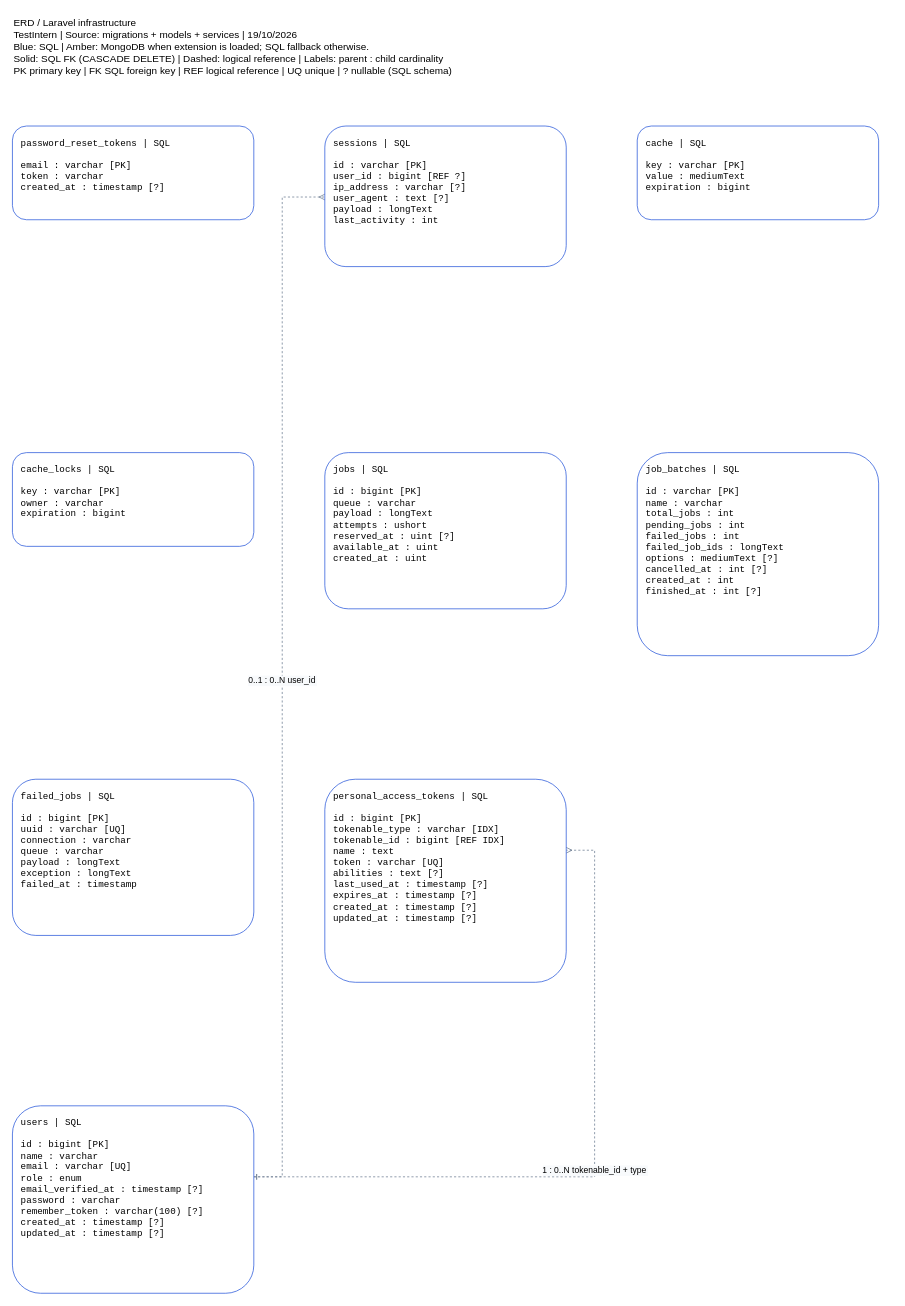
The draw.io diagram page "ERD / Laravel infrastructure" (2 of 2) of docs/database/testintern-erd.drawio in 0xcRachel/Intern_Test, before the edit. Source tidied: cells renumbered, new cells numbered last; positions are measured from the earlier drawing's top-left corner, leaving out a move shared by most shapes. Both pictures are drawn from the tidied source at 71%, with x=0, y=0 at pixel (12, 12).
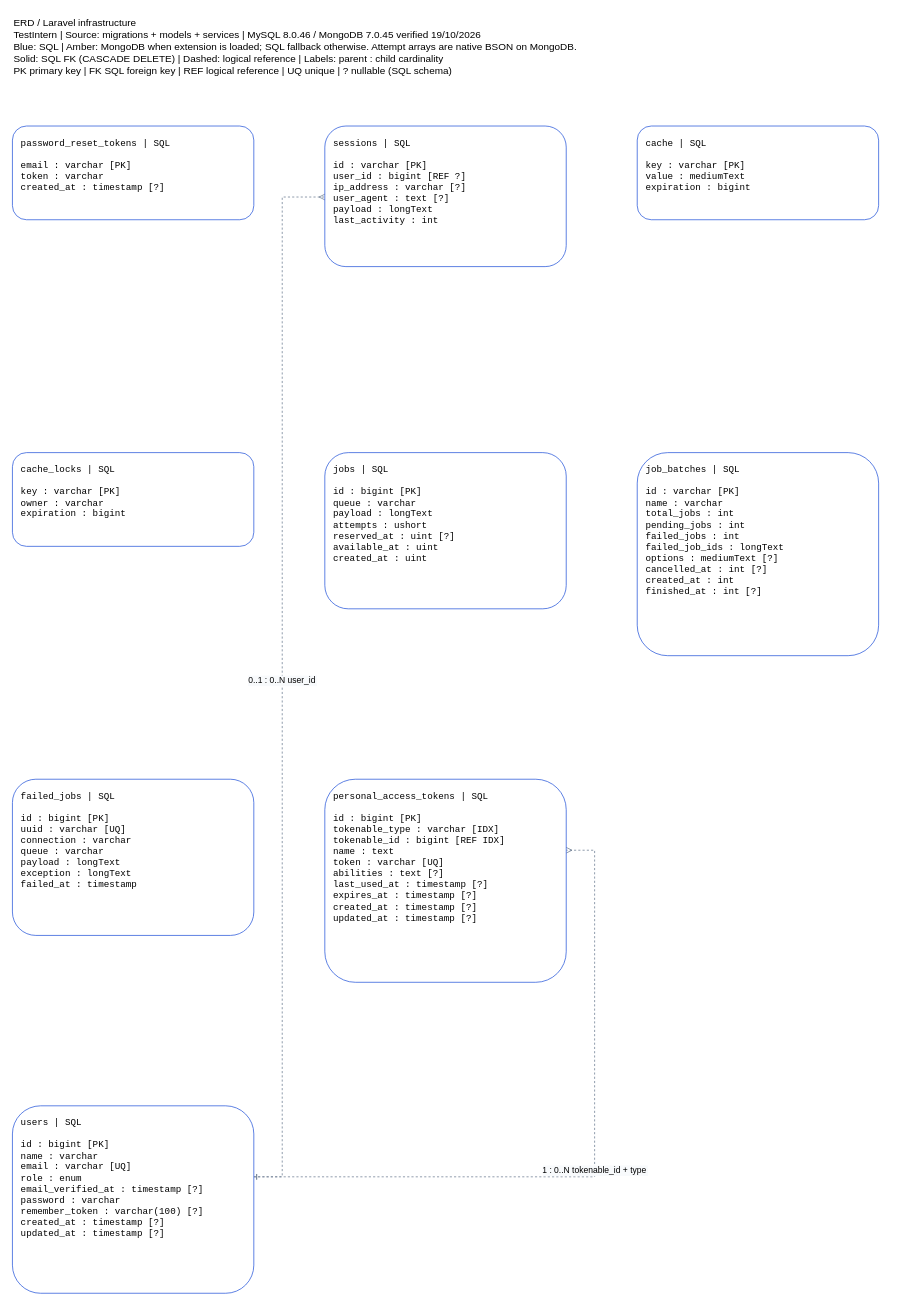
Above is the later version.

Diff of the diagram source:
```diff
@@
 <mxGraphModel>
   <root>
     <mxCell id="0" />
     <mxCell id="1" parent="0" />
-    <mxCell id="2" value="ERD / Laravel infrastructure&#10;TestIntern | Source: migrations + models + services | 19/10/2026&#10;Blue: SQL | Amber: MongoDB when extension is loaded; SQL fallback otherwise.&#10;Solid: SQL FK (CASCADE DELETE) | Dashed: logical reference | Labels: parent : child cardinality&#10;PK primary key | FK SQL foreign key | REF logical reference | UQ unique | ? nullable (SQL schema)" style="text;whiteSpace=wrap;html=0;align=left;verticalAlign=top;fontSize=14;" parent="1" vertex="1">
+    <mxCell id="2" value="ERD / Laravel infrastructure&#10;TestIntern | Source: migrations + models + services | MySQL 8.0.46 / MongoDB 7.0.45 verified 19/10/2026&#10;Blue: SQL | Amber: MongoDB when extension is loaded; SQL fallback otherwise. Attempt arrays are native BSON on MongoDB.&#10;Solid: SQL FK (CASCADE DELETE) | Dashed: logical reference | Labels: parent : child cardinality&#10;PK primary key | FK SQL foreign key | REF logical reference | UQ unique | ? nullable (SQL schema)" style="text;whiteSpace=wrap;html=0;align=left;verticalAlign=top;fontSize=14;" parent="1" vertex="1">
       <mxGeometry width="1240" height="140" as="geometry" />
     </mxCell>
     <mxCell id="3" value="0..1 : 0..N  user_id" style="edgeStyle=orthogonalEdgeStyle;rounded=0;html=0;endArrow=ERmany;startArrow=ERone;strokeColor=#64748b;fontSize=12;labelBackgroundColor=#f8fafc;dashed=1;" parent="1" edge="1" source="13" target="6">
       <mxGeometry relative="1" as="geometry">
         <Array as="points">
           <mxPoint x="380" y="1640" />
           <mxPoint x="380" y="260" />
         </Array>
       </mxGeometry>
     </mxCell>
     <mxCell id="4" value="1 : 0..N  tokenable_id + type" style="edgeStyle=orthogonalEdgeStyle;rounded=0;html=0;endArrow=ERmany;startArrow=ERone;strokeColor=#64748b;fontSize=12;labelBackgroundColor=#f8fafc;dashed=1;" parent="1" edge="1" source="13" target="12">
       <mxGeometry relative="1" as="geometry">
         <Array as="points">
           <mxPoint x="820" y="1640" />
           <mxPoint x="820" y="1180" />
         </Array>
       </mxGeometry>
     </mxCell>
     <mxCell id="5" value="password_reset_tokens  |  SQL&#10;&#10;email  :  varchar  [PK]&#10;token  :  varchar&#10;created_at  :  timestamp  [?]" style="rounded=1;whiteSpace=wrap;html=0;align=left;verticalAlign=top;spacing=12;fontSize=13;fontFamily=Consolas;fillColor=#ffffff;strokeColor=#1d4ed8;" parent="1" vertex="1">
       <mxGeometry y="160" width="340" height="132" as="geometry" />
     </mxCell>
     <mxCell id="6" value="sessions  |  SQL&#10;&#10;id  :  varchar  [PK]&#10;user_id  :  bigint  [REF  ?]&#10;ip_address  :  varchar  [?]&#10;user_agent  :  text  [?]&#10;payload  :  longText&#10;last_activity  :  int" style="rounded=1;whiteSpace=wrap;html=0;align=left;verticalAlign=top;spacing=12;fontSize=13;fontFamily=Consolas;fillColor=#ffffff;strokeColor=#1d4ed8;" parent="1" vertex="1">
       <mxGeometry x="440" y="160" width="340" height="198" as="geometry" />
     </mxCell>
     <mxCell id="7" value="cache  |  SQL&#10;&#10;key  :  varchar  [PK]&#10;value  :  mediumText&#10;expiration  :  bigint" style="rounded=1;whiteSpace=wrap;html=0;align=left;verticalAlign=top;spacing=12;fontSize=13;fontFamily=Consolas;fillColor=#ffffff;strokeColor=#1d4ed8;" parent="1" vertex="1">
       <mxGeometry x="880" y="160" width="340" height="132" as="geometry" />
     </mxCell>
     <mxCell id="8" value="cache_locks  |  SQL&#10;&#10;key  :  varchar  [PK]&#10;owner  :  varchar&#10;expiration  :  bigint" style="rounded=1;whiteSpace=wrap;html=0;align=left;verticalAlign=top;spacing=12;fontSize=13;fontFamily=Consolas;fillColor=#ffffff;strokeColor=#1d4ed8;" parent="1" vertex="1">
       <mxGeometry y="620" width="340" height="132" as="geometry" />
     </mxCell>
     <mxCell id="9" value="jobs  |  SQL&#10;&#10;id  :  bigint  [PK]&#10;queue  :  varchar&#10;payload  :  longText&#10;attempts  :  ushort&#10;reserved_at  :  uint  [?]&#10;available_at  :  uint&#10;created_at  :  uint" style="rounded=1;whiteSpace=wrap;html=0;align=left;verticalAlign=top;spacing=12;fontSize=13;fontFamily=Consolas;fillColor=#ffffff;strokeColor=#1d4ed8;" parent="1" vertex="1">
       <mxGeometry x="440" y="620" width="340" height="220" as="geometry" />
     </mxCell>
     <mxCell id="10" value="job_batches  |  SQL&#10;&#10;id  :  varchar  [PK]&#10;name  :  varchar&#10;total_jobs  :  int&#10;pending_jobs  :  int&#10;failed_jobs  :  int&#10;failed_job_ids  :  longText&#10;options  :  mediumText  [?]&#10;cancelled_at  :  int  [?]&#10;created_at  :  int&#10;finished_at  :  int  [?]" style="rounded=1;whiteSpace=wrap;html=0;align=left;verticalAlign=top;spacing=12;fontSize=13;fontFamily=Consolas;fillColor=#ffffff;strokeColor=#1d4ed8;" parent="1" vertex="1">
       <mxGeometry x="880" y="620" width="340" height="286" as="geometry" />
     </mxCell>
     <mxCell id="11" value="failed_jobs  |  SQL&#10;&#10;id  :  bigint  [PK]&#10;uuid  :  varchar  [UQ]&#10;connection  :  varchar&#10;queue  :  varchar&#10;payload  :  longText&#10;exception  :  longText&#10;failed_at  :  timestamp" style="rounded=1;whiteSpace=wrap;html=0;align=left;verticalAlign=top;spacing=12;fontSize=13;fontFamily=Consolas;fillColor=#ffffff;strokeColor=#1d4ed8;" parent="1" vertex="1">
       <mxGeometry y="1080" width="340" height="220" as="geometry" />
     </mxCell>
     <mxCell id="12" value="personal_access_tokens  |  SQL&#10;&#10;id  :  bigint  [PK]&#10;tokenable_type  :  varchar  [IDX]&#10;tokenable_id  :  bigint  [REF IDX]&#10;name  :  text&#10;token  :  varchar  [UQ]&#10;abilities  :  text  [?]&#10;last_used_at  :  timestamp  [?]&#10;expires_at  :  timestamp  [?]&#10;created_at  :  timestamp  [?]&#10;updated_at  :  timestamp  [?]" style="rounded=1;whiteSpace=wrap;html=0;align=left;verticalAlign=top;spacing=12;fontSize=13;fontFamily=Consolas;fillColor=#ffffff;strokeColor=#1d4ed8;" parent="1" vertex="1">
       <mxGeometry x="440" y="1080" width="340" height="286" as="geometry" />
     </mxCell>
     <mxCell id="13" value="users  |  SQL&#10;&#10;id  :  bigint  [PK]&#10;name  :  varchar&#10;email  :  varchar  [UQ]&#10;role  :  enum&#10;email_verified_at  :  timestamp  [?]&#10;password  :  varchar&#10;remember_token  :  varchar(100)  [?]&#10;created_at  :  timestamp  [?]&#10;updated_at  :  timestamp  [?]" style="rounded=1;whiteSpace=wrap;html=0;align=left;verticalAlign=top;spacing=12;fontSize=13;fontFamily=Consolas;fillColor=#ffffff;strokeColor=#1d4ed8;" parent="1" vertex="1">
       <mxGeometry y="1540" width="340" height="264" as="geometry" />
     </mxCell>
   </root>
 </mxGraphModel>
```
